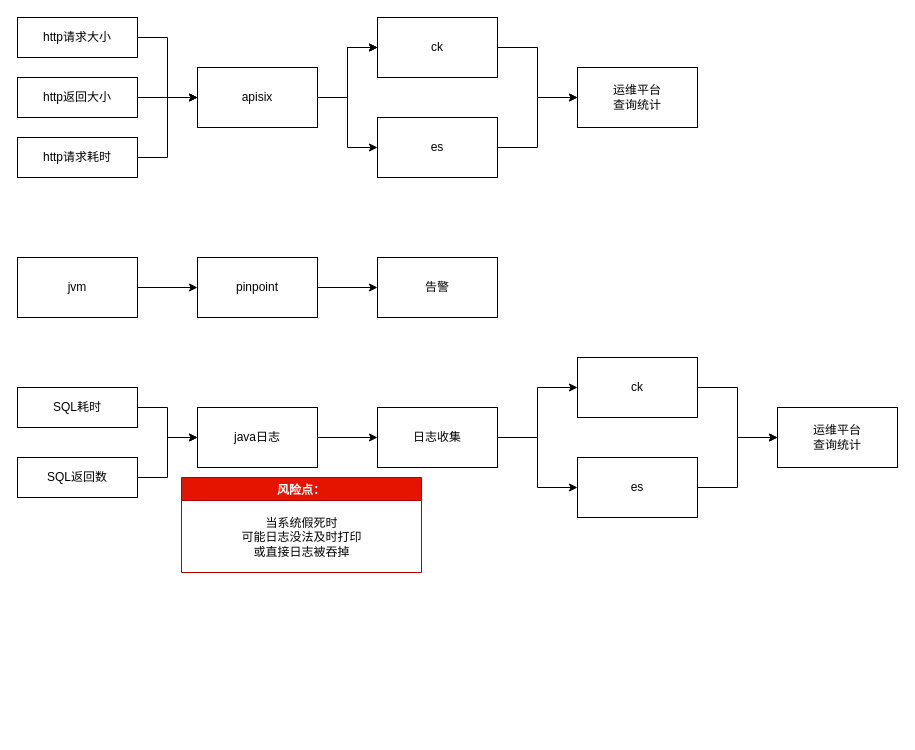
Before: 监控流程.drawio in leafimmortal/my-drawio, a draw.io diagram. Source tidied: cells renumbered, new cells numbered last; positions are measured from the earlier drawing's top-left corner, leaving out a move shared by most shapes. Both pictures are drawn from the tidied source at 100%, with x=0, y=0 at pixel (17, 17).
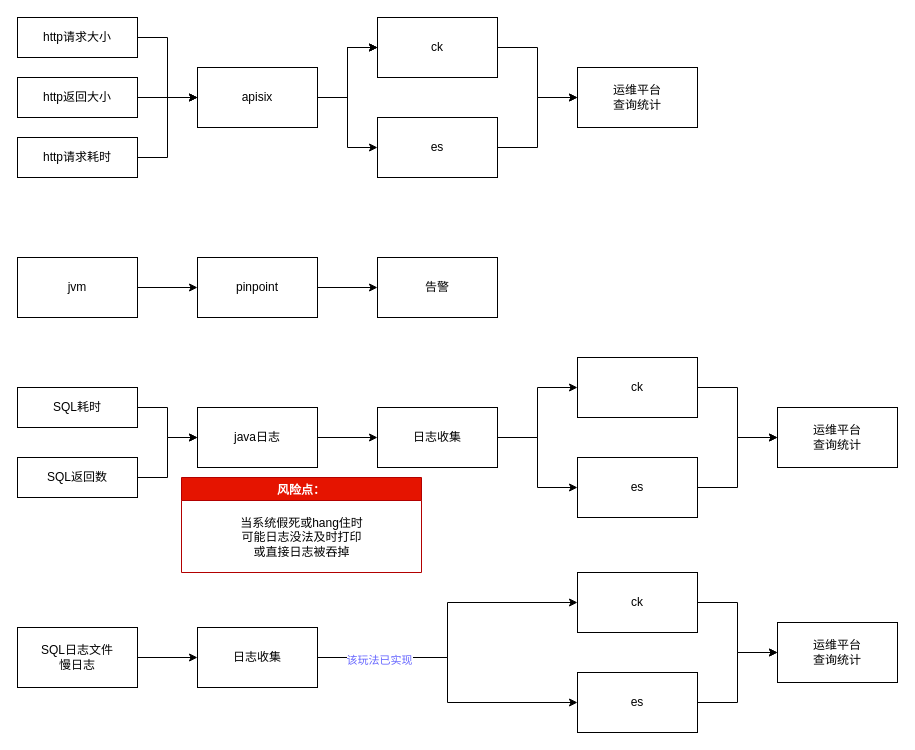
Above is the later version.

Commit message:
更新监控流程.drawio

The change refers to these unchanged cells:
```xml
<mxCell id="37" value="风险点：" style="swimlane;fillColor=#e51400;strokeColor=#B20000;fontColor=#ffffff;" parent="1" vertex="1">
  <mxGeometry x="164" y="460" width="240" height="95" as="geometry" />
</mxCell>
```

What changed in the source:
```diff
@@
-    <mxCell id="38" value="当系统假死时&lt;div&gt;可能日志没法及时打印&lt;/div&gt;&lt;div&gt;或直接日志被吞掉&lt;/div&gt;" style="text;html=1;align=center;verticalAlign=middle;strokeColor=none;fillColor=none;" parent="37" vertex="1">
-      <mxGeometry x="50" y="30" width="140" height="60" as="geometry" />
+    <mxCell id="38" value="当系统假死或hang住时&lt;div&gt;可能日志没法及时打印&lt;/div&gt;&lt;div&gt;或直接日志被吞掉&lt;/div&gt;" style="text;html=1;align=center;verticalAlign=middle;strokeColor=none;fillColor=none;" parent="37" vertex="1">
+      <mxGeometry x="45" y="30" width="150" height="60" as="geometry" />
     </mxCell>
+    <mxCell id="39" style="edgeStyle=orthogonalEdgeStyle;rounded=0;jettySize=auto;html=1;" parent="1" edge="1" source="40" target="44">
+      <mxGeometry relative="1" as="geometry" />
+    </mxCell>
+    <mxCell id="40" value="SQL日志文件&lt;div&gt;慢日志&lt;/div&gt;" style="rounded=0;whiteSpace=wrap;html=1;" parent="1" vertex="1">
+      <mxGeometry y="610" width="120" height="60" as="geometry" />
+    </mxCell>
+    <mxCell id="41" style="edgeStyle=orthogonalEdgeStyle;rounded=0;jettySize=auto;html=1;exitX=1;exitY=0.5;exitDx=0;exitDy=0;entryX=0;entryY=0.5;entryDx=0;entryDy=0;" parent="1" edge="1" source="44" target="46">
+      <mxGeometry relative="1" as="geometry" />
+    </mxCell>
+    <mxCell id="42" style="edgeStyle=orthogonalEdgeStyle;rounded=0;jettySize=auto;html=1;exitX=1;exitY=0.5;exitDx=0;exitDy=0;entryX=0;entryY=0.5;entryDx=0;entryDy=0;" parent="1" edge="1" source="44" target="48">
+      <mxGeometry relative="1" as="geometry" />
+    </mxCell>
+    <mxCell id="43" value="&lt;font color=&quot;#6666ff&quot;&gt;该玩法已实现&lt;/font&gt;" style="edgeLabel;html=1;align=center;verticalAlign=middle;" parent="42" vertex="1">
+      <mxGeometry x="-0.6" y="-2" relative="1" as="geometry" />
+    </mxCell>
+    <mxCell id="44" value="日志收集" style="rounded=0;whiteSpace=wrap;html=1;" parent="1" vertex="1">
+      <mxGeometry x="180" y="610" width="120" height="60" as="geometry" />
+    </mxCell>
+    <mxCell id="45" style="edgeStyle=orthogonalEdgeStyle;rounded=0;jettySize=auto;html=1;" parent="1" edge="1" source="46" target="49">
+      <mxGeometry relative="1" as="geometry" />
+    </mxCell>
+    <mxCell id="46" value="ck" style="rounded=0;whiteSpace=wrap;html=1;" parent="1" vertex="1">
+      <mxGeometry x="560" y="555" width="120" height="60" as="geometry" />
+    </mxCell>
+    <mxCell id="47" style="edgeStyle=orthogonalEdgeStyle;rounded=0;jettySize=auto;html=1;exitX=1;exitY=0.5;exitDx=0;exitDy=0;entryX=0;entryY=0.5;entryDx=0;entryDy=0;" parent="1" edge="1" source="48" target="49">
+      <mxGeometry relative="1" as="geometry" />
+    </mxCell>
+    <mxCell id="48" value="es" style="rounded=0;whiteSpace=wrap;html=1;" parent="1" vertex="1">
+      <mxGeometry x="560" y="655" width="120" height="60" as="geometry" />
+    </mxCell>
+    <mxCell id="49" value="运维平台&lt;div&gt;查询统计&lt;/div&gt;" style="rounded=0;whiteSpace=wrap;html=1;" parent="1" vertex="1">
+      <mxGeometry x="760" y="605" width="120" height="60" as="geometry" />
+    </mxCell>
```
